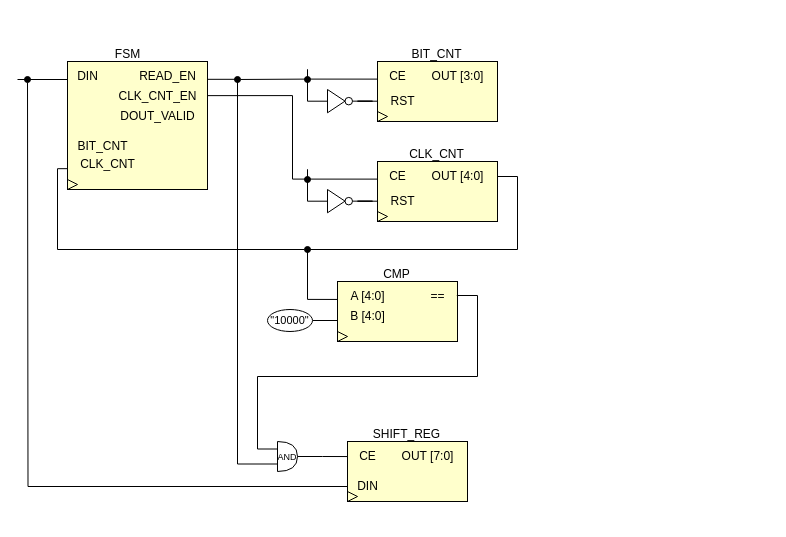
This is Untitled Diagram.drawio from ArturSultanov/inc_project, a draw.io file, before an edit. Source tidied: cells renumbered, new cells numbered last; positions are measured from the earlier drawing's top-left corner, leaving out a move shared by most shapes. Both pictures are drawn from the tidied source at 100%, with x=0, y=0 at pixel (17, 39).
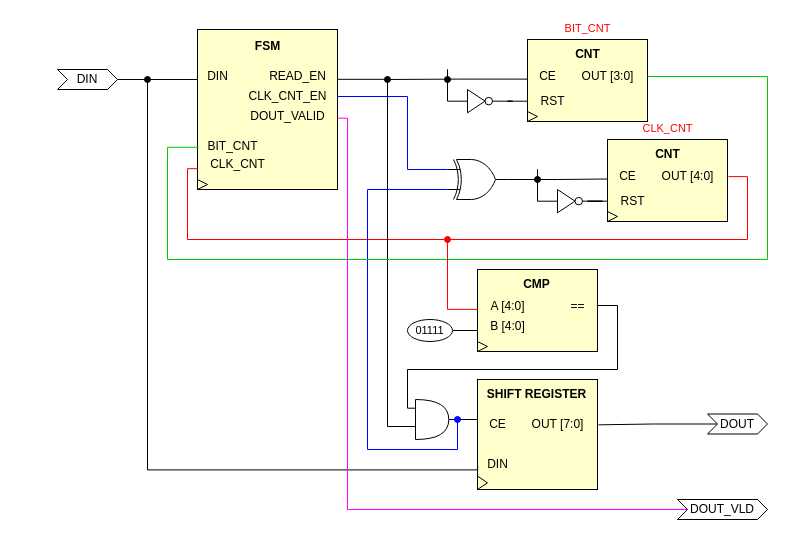
The same diagram, later.

The change refers to these unchanged cells:
```xml
<mxCell id="7" value="READ_EN" style="text;html=1;align=center;verticalAlign=middle;points=[];strokeColor=none;fillColor=none;" parent="3" vertex="1">
  <mxGeometry x="70" y="22" width="80" height="30" as="geometry" />
</mxCell>
<mxCell id="8" value="CLK_CNT_EN" style="text;html=1;align=center;verticalAlign=middle;points=[];strokeColor=none;fillColor=none;" parent="3" vertex="1">
  <mxGeometry x="50" y="42" width="100" height="30" as="geometry" />
</mxCell>
<mxCell id="9" value="DOUT_VALID" style="text;html=1;align=center;verticalAlign=middle;points=[];strokeColor=none;fillColor=none;" parent="3" vertex="1">
  <mxGeometry x="50" y="62" width="100" height="30" as="geometry" />
</mxCell>
<mxCell id="11" value="BIT_CNT" style="text;html=1;align=center;verticalAlign=middle;points=[];strokeColor=none;fillColor=none;" parent="3" vertex="1">
  <mxGeometry x="10" y="92" width="70" height="30" as="geometry" />
</mxCell>
<mxCell id="12" value="CLK_CNT" style="text;html=1;align=center;verticalAlign=middle;points=[];strokeColor=none;fillColor=none;" parent="3" vertex="1">
  <mxGeometry x="10" y="110" width="80" height="30" as="geometry" />
</mxCell>
<mxCell id="34" value="OUT [3:0]" style="text;html=1;align=center;verticalAlign=middle;points=[];strokeColor=none;fillColor=none;" parent="27" vertex="1">
  <mxGeometry x="50" y="22" width="80" height="30" as="geometry" />
</mxCell>
<mxCell id="36" style="group;" parent="35" vertex="1">
  <mxGeometry x="60" width="140" height="82" as="geometry" />
</mxCell>
<mxCell id="40" value="A [4:0]" style="text;html=1;align=center;verticalAlign=middle;points=[];strokeColor=none;fillColor=none;" parent="36" vertex="1">
  <mxGeometry x="10" y="22" width="60" height="30" as="geometry" />
</mxCell>
<mxCell id="41" value="==" style="text;html=1;align=center;verticalAlign=middle;points=[];strokeColor=none;fillColor=none;" parent="36" vertex="1">
  <mxGeometry x="90" y="22" width="40" height="30" as="geometry" />
</mxCell>
<mxCell id="51" style="group;" parent="50" vertex="1">
  <mxGeometry x="40" width="140" height="82" as="geometry" />
</mxCell>
<mxCell id="55" value="CE" style="text;html=1;align=center;verticalAlign=middle;points=[];strokeColor=none;fillColor=none;" parent="51" vertex="1">
  <mxGeometry x="10" y="22" width="40" height="30" as="geometry" />
</mxCell>
<mxCell id="57" value="OUT [4:0]" style="text;html=1;align=center;verticalAlign=middle;points=[];strokeColor=none;fillColor=none;" parent="51" vertex="1">
  <mxGeometry x="50" y="22" width="80" height="30" as="geometry" />
</mxCell>
```

Diff of the diagram source:
```diff
@@
     <mxCell id="2" style="group;" parent="1" vertex="1">
-      <mxGeometry width="460" height="462" as="geometry" />
+      <mxGeometry x="140" width="500" height="462" as="geometry" />
     </mxCell>
     <mxCell id="3" style="group;" parent="2" vertex="1">
-      <mxGeometry x="40" width="155" height="150" as="geometry" />
+      <mxGeometry x="30" width="155" height="150" as="geometry" />
     </mxCell>
     <mxCell id="4" style="rounded=0;whiteSpace=wrap;html=1;fillColor=#FFFFCC;" parent="3" vertex="1">
-      <mxGeometry x="10" y="22" width="140" height="128" as="geometry" />
+      <mxGeometry x="10" y="-10" width="140" height="160" as="geometry" />
     </mxCell>
-    <mxCell id="5" value="FSM" style="text;html=1;align=center;verticalAlign=middle;strokeColor=none;fillColor=none;" parent="3" vertex="1">
-      <mxGeometry x="45" width="50" height="30" as="geometry" />
+    <mxCell id="5" value="&lt;b&gt;FSM&lt;/b&gt;" style="text;html=1;align=center;verticalAlign=middle;strokeColor=none;fillColor=none;" parent="3" vertex="1">
+      <mxGeometry x="55" y="-8" width="50" height="30" as="geometry" />
     </mxCell>
@@
-    <mxCell id="10" style="edgeStyle=orthogonalEdgeStyle;rounded=0;jettySize=auto;html=1;endArrow=oval;endFill=1;exitX=0.003;exitY=0.639;exitDx=0;exitDy=0;exitPerimeter=0;" parent="3" edge="1" source="12">
+    <mxCell id="10" style="edgeStyle=orthogonalEdgeStyle;rounded=0;jettySize=auto;html=1;endArrow=oval;endFill=1;exitX=0.003;exitY=0.639;exitDx=0;exitDy=0;exitPerimeter=0;strokeColor=#FF0000;" parent="3" edge="1" source="12">
       <mxGeometry relative="1" as="geometry">
-        <mxPoint x="250" y="210" as="targetPoint" />
+        <mxPoint x="260" y="200" as="targetPoint" />
         <Array as="points">
           <mxPoint y="129" />
-          <mxPoint y="210" />
+          <mxPoint y="200" />
+          <mxPoint x="260" y="200" />
         </Array>
       </mxGeometry>
     </mxCell>
@@
     <mxCell id="14" style="endArrow=none;html=1;rounded=0;strokeWidth=1;" parent="2" edge="1">
       <mxGeometry relative="1" as="geometry">
-        <mxPoint y="40" as="sourcePoint" />
-        <mxPoint x="50" y="40" as="targetPoint" />
+        <mxPoint x="-40" y="40" as="sourcePoint" />
+        <mxPoint x="40" y="40" as="targetPoint" />
       </mxGeometry>
     </mxCell>
     <mxCell id="15" style="group;" parent="2" vertex="1">
-      <mxGeometry x="250" y="380" width="210" height="82" as="geometry" />
+      <mxGeometry x="240" y="340" width="210" height="110" as="geometry" />
     </mxCell>
+    <mxCell id="66" style="edgeStyle=orthogonalEdgeStyle;rounded=0;jettySize=auto;html=1;exitX=1;exitY=0.5;exitDx=0;exitDy=0;exitPerimeter=0;endArrow=none;endFill=0;" parent="15" edge="1" source="16">
+      <mxGeometry relative="1" as="geometry">
+        <mxPoint x="80" y="37.9" as="targetPoint" />
+      </mxGeometry>
+    </mxCell>
-    <mxCell id="16" value="&lt;font style=&quot;font-size: 9px;&quot;&gt;AND&lt;/font&gt;" style="shape=or;whiteSpace=wrap;html=1;align=center;" parent="15" vertex="1">
-      <mxGeometry x="10" y="22" width="20" height="30" as="geometry" />
+    <mxCell id="16" style="shape=or;whiteSpace=wrap;html=1;align=center;" parent="15" vertex="1">
+      <mxGeometry x="18" y="20" width="33.3" height="40" as="geometry" />
     </mxCell>
     <mxCell id="17" style="group;" parent="15" vertex="1">
-      <mxGeometry x="70" width="140" height="82" as="geometry" />
+      <mxGeometry x="70" width="140" height="110" as="geometry" />
     </mxCell>
     <mxCell id="18" style="rounded=0;whiteSpace=wrap;html=1;fillColor=#FFFFCC;" parent="17" vertex="1">
-      <mxGeometry x="10" y="22" width="120" height="60" as="geometry" />
+      <mxGeometry x="10" width="120" height="110" as="geometry" />
     </mxCell>
-    <mxCell id="19" value="SHIFT_REG" style="text;html=1;align=center;verticalAlign=middle;strokeColor=none;fillColor=none;" parent="17" vertex="1">
-      <mxGeometry x="24" width="90" height="30" as="geometry" />
+    <mxCell id="19" value="&lt;b&gt;SHIFT REGISTER&lt;/b&gt;" style="text;html=1;align=center;verticalAlign=middle;strokeColor=none;fillColor=none;" parent="17" vertex="1">
+      <mxGeometry x="9" width="120" height="30" as="geometry" />
     </mxCell>
     <mxCell id="20" style="triangle;whiteSpace=wrap;html=1;fillColor=none;" parent="17" vertex="1">
-      <mxGeometry x="10" y="72" width="10" height="10" as="geometry" />
+      <mxGeometry x="10" y="96.6" width="10" height="13.4" as="geometry" />
     </mxCell>
-    <mxCell id="21" style="edgeStyle=orthogonalEdgeStyle;rounded=0;jettySize=auto;html=1;strokeWidth=1;endArrow=oval;endFill=1;" parent="17" edge="1" source="24">
+    <mxCell id="21" style="edgeStyle=orthogonalEdgeStyle;rounded=0;jettySize=auto;html=1;strokeWidth=1;endArrow=oval;endFill=1;exitX=0.005;exitY=0.561;exitDx=0;exitDy=0;exitPerimeter=0;" parent="17" edge="1" source="24">
       <mxGeometry relative="1" as="geometry">
-        <mxPoint x="-310" y="-340" as="targetPoint" />
+        <mxPoint x="-320" y="-300" as="targetPoint" />
+        <Array as="points">
+          <mxPoint x="-320" y="90.4" />
+        </Array>
       </mxGeometry>
     </mxCell>
     <mxCell id="22" value="CE" style="text;html=1;align=center;verticalAlign=middle;points=[];strokeColor=none;fillColor=none;" parent="17" vertex="1">
-      <mxGeometry x="10" y="22" width="40" height="30" as="geometry" />
+      <mxGeometry x="10" y="29.5" width="40" height="30" as="geometry" />
     </mxCell>
     <mxCell id="23" value="OUT [7:0]" style="text;html=1;align=center;verticalAlign=middle;points=[];strokeColor=none;fillColor=none;" parent="17" vertex="1">
-      <mxGeometry x="50" y="22" width="80" height="30" as="geometry" />
+      <mxGeometry x="50" y="29.5" width="80" height="30" as="geometry" />
     </mxCell>
     <mxCell id="24" value="DIN" style="text;html=1;align=center;verticalAlign=middle;points=[];strokeColor=none;fillColor=none;" parent="17" vertex="1">
-      <mxGeometry x="10" y="52" width="40" height="30" as="geometry" />
+      <mxGeometry x="10" y="70" width="40" height="30" as="geometry" />
     </mxCell>
-    <mxCell id="25" style="edgeStyle=orthogonalEdgeStyle;rounded=0;jettySize=auto;html=1;entryX=0.013;entryY=0.502;entryDx=0;entryDy=0;entryPerimeter=0;endArrow=none;endFill=0;" parent="15" edge="1" source="16" target="22">
-      <mxGeometry relative="1" as="geometry" />
-    </mxCell>
-    <mxCell id="26" style="edgeStyle=orthogonalEdgeStyle;rounded=0;jettySize=auto;html=1;entryX=0;entryY=0.75;entryDx=0;entryDy=0;entryPerimeter=0;endArrow=none;endFill=0;strokeWidth=1;exitX=1.006;exitY=0.594;exitDx=0;exitDy=0;exitPerimeter=0;" parent="2" edge="1" source="7" target="16">
+    <mxCell id="26" style="edgeStyle=orthogonalEdgeStyle;rounded=0;jettySize=auto;html=1;endArrow=none;endFill=0;strokeWidth=1;exitX=1.006;exitY=0.594;exitDx=0;exitDy=0;exitPerimeter=0;entryX=0;entryY=0.75;entryDx=0;entryDy=0;entryPerimeter=0;" parent="2" edge="1" source="7" target="16">
       <mxGeometry relative="1" as="geometry">
         <Array as="points">
-          <mxPoint x="220" y="40" />
-          <mxPoint x="220" y="425" />
-          <mxPoint x="260" y="425" />
+          <mxPoint x="230" y="40" />
+          <mxPoint x="230" y="387" />
         </Array>
       </mxGeometry>
     </mxCell>
+    <mxCell id="67" style="edgeStyle=orthogonalEdgeStyle;rounded=0;jettySize=auto;html=1;exitX=0;exitY=0.75;exitDx=0;exitDy=0;exitPerimeter=0;endArrow=oval;endFill=1;shadow=0;strokeColor=#0000FF;" parent="2" edge="1" source="68">
+      <mxGeometry relative="1" as="geometry">
+        <mxPoint x="300" y="380" as="targetPoint" />
+        <Array as="points">
+          <mxPoint x="210" y="150" />
+          <mxPoint x="210" y="410" />
+          <mxPoint x="300" y="410" />
+        </Array>
+      </mxGeometry>
+    </mxCell>
+    <mxCell id="68" style="verticalLabelPosition=bottom;shadow=0;dashed=0;align=center;html=1;verticalAlign=top;shape=mxgraph.electrical.logic_gates.logic_gate;operation=xor;" parent="2" vertex="1">
+      <mxGeometry x="290" y="120" width="60" height="40" as="geometry" />
+    </mxCell>
+    <mxCell id="69" style="edgeStyle=orthogonalEdgeStyle;rounded=0;jettySize=auto;html=1;entryX=0;entryY=0.25;entryDx=0;entryDy=0;entryPerimeter=0;endArrow=none;endFill=0;strokeColor=#0000FF;" parent="2" edge="1" source="8" target="68">
+      <mxGeometry relative="1" as="geometry">
+        <Array as="points">
+          <mxPoint x="250" y="57" />
+          <mxPoint x="250" y="130" />
+        </Array>
+      </mxGeometry>
+    </mxCell>
-    <mxCell id="27" style="group;" parent="1" vertex="1">
-      <mxGeometry x="350" width="140" height="82" as="geometry" />
+    <mxCell id="27" style="group;" parent="2" vertex="1">
+      <mxGeometry x="360" width="140" height="82" as="geometry" />
     </mxCell>
     <mxCell id="28" style="rounded=0;whiteSpace=wrap;html=1;fillColor=#FFFFCC;" parent="27" vertex="1">
-      <mxGeometry x="10" y="22" width="120" height="60" as="geometry" />
+      <mxGeometry x="10" width="120" height="82" as="geometry" />
     </mxCell>
-    <mxCell id="29" value="BIT_CNT" style="text;html=1;align=center;verticalAlign=middle;strokeColor=none;fillColor=none;" parent="27" vertex="1">
-      <mxGeometry x="34" width="70" height="30" as="geometry" />
-    </mxCell>
@@
+    <mxCell id="70" value="&lt;b&gt;CNT&lt;/b&gt;" style="text;html=1;align=center;verticalAlign=middle;strokeColor=none;fillColor=none;" parent="27" vertex="1">
+      <mxGeometry x="45" width="50" height="30" as="geometry" />
+    </mxCell>
+    <mxCell id="71" style="edgeStyle=orthogonalEdgeStyle;rounded=0;jettySize=auto;html=1;entryX=0.014;entryY=0.526;entryDx=0;entryDy=0;entryPerimeter=0;endArrow=none;endFill=0;strokeColor=#00CC00;" parent="2" edge="1" source="34" target="11">
+      <mxGeometry relative="1" as="geometry">
+        <Array as="points">
+          <mxPoint x="610" y="37" />
+          <mxPoint x="610" y="220" />
+          <mxPoint x="10" y="220" />
+          <mxPoint x="10" y="108" />
+        </Array>
+      </mxGeometry>
+    </mxCell>
     <mxCell id="35" style="group;" parent="1" vertex="1">
-      <mxGeometry x="250" y="220" width="200" height="82" as="geometry" />
+      <mxGeometry x="390" y="230" width="200" height="82" as="geometry" />
     </mxCell>
@@
     <mxCell id="37" style="rounded=0;whiteSpace=wrap;html=1;fillColor=#FFFFCC;" parent="36" vertex="1">
-      <mxGeometry x="10" y="22" width="120" height="60" as="geometry" />
+      <mxGeometry x="10" width="120" height="82" as="geometry" />
     </mxCell>
-    <mxCell id="38" value="CMP" style="text;html=1;align=center;verticalAlign=middle;strokeColor=none;fillColor=none;" parent="36" vertex="1">
+    <mxCell id="38" value="&lt;b&gt;CMP&lt;/b&gt;" style="text;html=1;align=center;verticalAlign=middle;strokeColor=none;fillColor=none;" parent="36" vertex="1">
       <mxGeometry x="44" width="50" height="30" as="geometry" />
     </mxCell>
@@
-    <mxCell id="44" value="&lt;font style=&quot;font-size: 11px;&quot;&gt;&quot;10000&quot;&lt;/font&gt;" style="ellipse;whiteSpace=wrap;html=1;" parent="35" vertex="1">
+    <mxCell id="44" value="&lt;span style=&quot;font-size: 11px;&quot;&gt;01111&lt;/span&gt;" style="ellipse;whiteSpace=wrap;html=1;" parent="35" vertex="1">
       <mxGeometry y="50" width="45" height="22" as="geometry" />
     </mxCell>
     <mxCell id="45" style="group;" parent="1" vertex="1">
-      <mxGeometry x="310" y="50" width="25" height="23.3" as="geometry" />
+      <mxGeometry x="450" y="50" width="25" height="23.3" as="geometry" />
     </mxCell>
@@
     <mxCell id="50" style="group;" parent="1" vertex="1">
-      <mxGeometry x="310" y="100" width="180" height="82" as="geometry" />
+      <mxGeometry x="540" y="100" width="180" height="82" as="geometry" />
     </mxCell>
@@
     <mxCell id="52" style="rounded=0;whiteSpace=wrap;html=1;fillColor=#FFFFCC;" parent="51" vertex="1">
-      <mxGeometry x="10" y="22" width="120" height="60" as="geometry" />
+      <mxGeometry x="10" width="120" height="82" as="geometry" />
     </mxCell>
-    <mxCell id="53" value="CLK_CNT" style="text;html=1;align=center;verticalAlign=middle;strokeColor=none;fillColor=none;" parent="51" vertex="1">
-      <mxGeometry x="29" width="80" height="30" as="geometry" />
-    </mxCell>
@@
+    <mxCell id="72" value="&lt;b&gt;CNT&lt;/b&gt;" style="text;html=1;align=center;verticalAlign=middle;strokeColor=none;fillColor=none;" parent="51" vertex="1">
+      <mxGeometry x="45" width="50" height="30" as="geometry" />
+    </mxCell>
@@
-    <mxCell id="63" style="edgeStyle=orthogonalEdgeStyle;rounded=0;jettySize=auto;html=1;exitX=-0.01;exitY=0.587;exitDx=0;exitDy=0;entryX=1.003;entryY=0.471;entryDx=0;entryDy=0;entryPerimeter=0;endArrow=none;endFill=0;exitPerimeter=0;" parent="1" edge="1" source="55" target="8">
-      <mxGeometry relative="1" as="geometry" />
-    </mxCell>
-    <mxCell id="64" style="edgeStyle=orthogonalEdgeStyle;rounded=0;jettySize=auto;html=1;entryX=0.003;entryY=0.598;entryDx=0;entryDy=0;entryPerimeter=0;endArrow=none;endFill=0;" parent="1" edge="1" source="57" target="40">
+    <mxCell id="64" style="edgeStyle=orthogonalEdgeStyle;rounded=0;jettySize=auto;html=1;entryX=0.003;entryY=0.598;entryDx=0;entryDy=0;entryPerimeter=0;endArrow=none;endFill=0;strokeColor=#FF0000;exitX=1.012;exitY=0.503;exitDx=0;exitDy=0;exitPerimeter=0;" parent="1" edge="1" source="57" target="40">
       <mxGeometry relative="1" as="geometry">
         <Array as="points">
-          <mxPoint x="500" y="137" />
-          <mxPoint x="500" y="210" />
-          <mxPoint x="290" y="210" />
-          <mxPoint x="290" y="260" />
+          <mxPoint x="730" y="137" />
+          <mxPoint x="730" y="200" />
+          <mxPoint x="430" y="200" />
+          <mxPoint x="430" y="270" />
         </Array>
       </mxGeometry>
     </mxCell>
-    <mxCell id="65" style="edgeStyle=orthogonalEdgeStyle;rounded=0;jettySize=auto;html=1;exitX=0;exitY=0.25;exitDx=0;exitDy=0;exitPerimeter=0;entryX=0.983;entryY=0.467;entryDx=0;entryDy=0;entryPerimeter=0;endArrow=none;endFill=0;" parent="1" edge="1" source="16" target="41">
-      <mxGeometry relative="1" as="geometry" />
+    <mxCell id="65" style="edgeStyle=orthogonalEdgeStyle;rounded=0;jettySize=auto;html=1;exitX=-0.013;exitY=0.218;exitDx=0;exitDy=0;exitPerimeter=0;entryX=0.983;entryY=0.467;entryDx=0;entryDy=0;entryPerimeter=0;endArrow=none;endFill=0;" parent="1" edge="1" source="16" target="41">
+      <mxGeometry relative="1" as="geometry">
+        <Array as="points">
+          <mxPoint x="390" y="369" />
+          <mxPoint x="390" y="330" />
+          <mxPoint x="600" y="330" />
+          <mxPoint x="600" y="266" />
+        </Array>
+      </mxGeometry>
     </mxCell>
+    <mxCell id="73" style="edgeStyle=orthogonalEdgeStyle;rounded=0;jettySize=auto;html=1;entryX=0.007;entryY=0.583;entryDx=0;entryDy=0;entryPerimeter=0;endArrow=none;endFill=0;" parent="1" edge="1" source="68" target="55">
+      <mxGeometry relative="1" as="geometry" />
+    </mxCell>
+    <mxCell id="74" value="DIN" style="shape=step;perimeter=stepPerimeter;whiteSpace=wrap;html=1;fixedSize=1;size=10;" parent="1" vertex="1">
+      <mxGeometry x="40" y="30" width="60" height="20" as="geometry" />
+    </mxCell>
+    <mxCell id="75" style="edgeStyle=orthogonalEdgeStyle;rounded=0;jettySize=auto;html=1;exitX=0;exitY=0.5;exitDx=0;exitDy=0;entryX=1.013;entryY=0.528;entryDx=0;entryDy=0;entryPerimeter=0;endArrow=none;endFill=0;" parent="1" edge="1" source="76" target="23">
+      <mxGeometry relative="1" as="geometry" />
+    </mxCell>
+    <mxCell id="76" value="DOUT" style="shape=step;perimeter=stepPerimeter;whiteSpace=wrap;html=1;fixedSize=1;size=10;" parent="1" vertex="1">
+      <mxGeometry x="690" y="374.5" width="60" height="20" as="geometry" />
+    </mxCell>
+    <mxCell id="77" style="edgeStyle=orthogonalEdgeStyle;rounded=0;jettySize=auto;html=1;exitX=0;exitY=0.5;exitDx=0;exitDy=0;entryX=0.997;entryY=0.556;entryDx=0;entryDy=0;entryPerimeter=0;endArrow=none;endFill=0;strokeColor=#FF00FF;" parent="1" edge="1" source="78" target="9">
+      <mxGeometry relative="1" as="geometry">
+        <Array as="points">
+          <mxPoint x="670" y="470" />
+          <mxPoint x="330" y="470" />
+          <mxPoint x="330" y="79" />
+        </Array>
+      </mxGeometry>
+    </mxCell>
+    <mxCell id="78" value="DOUT_VLD" style="shape=step;perimeter=stepPerimeter;whiteSpace=wrap;html=1;fixedSize=1;size=10;" parent="1" vertex="1">
+      <mxGeometry x="660" y="460" width="90" height="20" as="geometry" />
+    </mxCell>
+    <mxCell id="53" value="&lt;span style=&quot;font-size: 11px;&quot;&gt;&lt;font color=&quot;#ff0000&quot;&gt;CLK_CNT&lt;/font&gt;&lt;/span&gt;" style="ellipse;whiteSpace=wrap;html=1;strokeColor=none;fillColor=none;" parent="1" vertex="1">
+      <mxGeometry x="617.5" y="78" width="65" height="22" as="geometry" />
+    </mxCell>
+    <mxCell id="29" value="&lt;span style=&quot;font-size: 11px;&quot;&gt;&lt;font color=&quot;#ff0000&quot;&gt;BIT_CNT&lt;/font&gt;&lt;/span&gt;" style="ellipse;whiteSpace=wrap;html=1;strokeColor=none;fillColor=none;" parent="1" vertex="1">
+      <mxGeometry x="537.5" y="-22" width="65" height="22" as="geometry" />
+    </mxCell>
```
